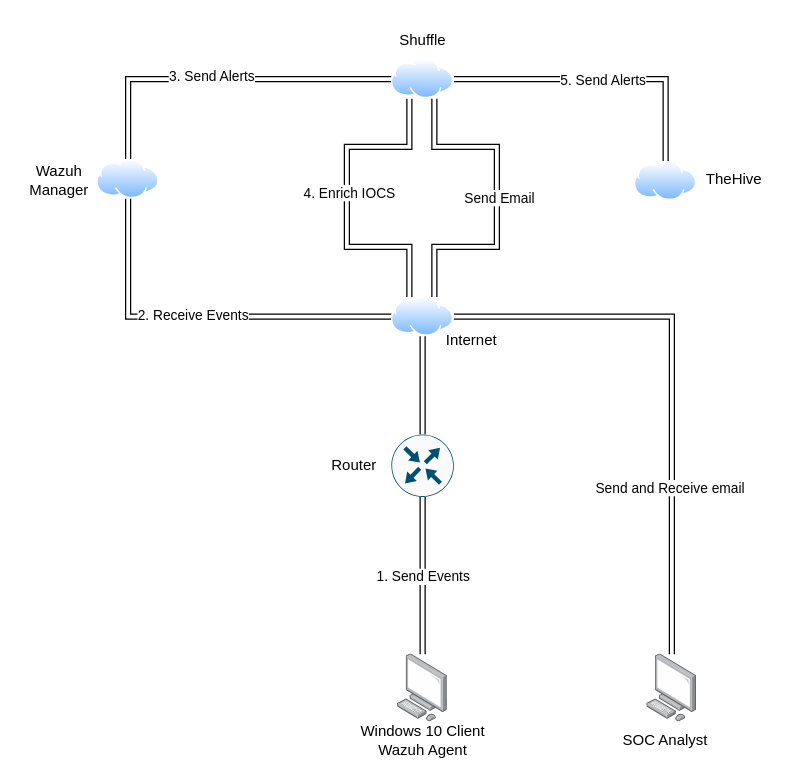
Above: SOC-Automation.drawio in Hash-Horizon/SOC-Automation (draw.io), before the change. Source tidied: cells renumbered, new cells numbered last; positions are measured from the earlier drawing's top-left corner, leaving out a move shared by most shapes. Both pictures are drawn from the tidied source at 125%, with x=0, y=0 at pixel (21, 21).
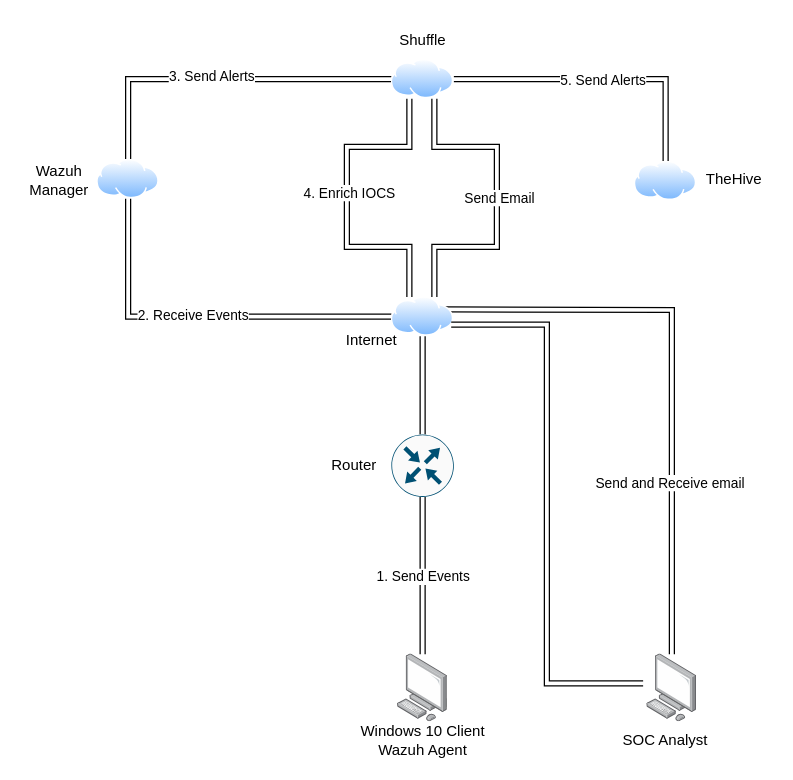
The same page after the edit.

Unchanged cells that the change refers to:
```xml
<mxCell id="9" style="image;perimeter=ellipsePerimeter;html=1;align=center;shadow=0;dashed=0;spacingTop=3;image=img/lib/active_directory/internet_cloud.svg;" parent="1" vertex="1">
  <mxGeometry x="295.6" y="220" width="50" height="31.5" as="geometry" />
</mxCell>
<mxCell id="25" style="image;points=[];html=1;align=center;shadow=0;dashed=0;image=img/lib/allied_telesis/computer_and_terminals/Personal_Computer.svg;" parent="1" vertex="1">
  <mxGeometry x="500" y="505.8" width="40" height="54.2" as="geometry" />
</mxCell>
```

Change to the diagram source:
```diff
@@
-    <mxCell id="7" style="edgeStyle=orthogonalEdgeStyle;rounded=0;jettySize=auto;html=1;shape=link;" parent="1" edge="1" source="9" target="25">
-      <mxGeometry relative="1" as="geometry" />
+    <mxCell id="7" style="edgeStyle=orthogonalEdgeStyle;rounded=0;jettySize=auto;html=1;shape=link;" parent="1" edge="1" target="25">
+      <mxGeometry relative="1" as="geometry">
+        <mxPoint x="338" y="230" as="sourcePoint" />
+      </mxGeometry>
     </mxCell>
@@
-    <mxCell id="17" style="rounded=0;orthogonalLoop=1;jettySize=auto;html=1;exitX=0.5;exitY=1;exitDx=0;exitDy=0;entryX=0.5;entryY=0;entryDx=0;entryDy=0;shape=link;" parent="1" edge="1">
+    <mxCell id="17" style="rounded=0;orthogonalLoop=1;jettySize=auto;html=1;exitX=0.5;exitY=1;exitDx=0;exitDy=0;shape=link;" parent="1" edge="1">
       <mxGeometry relative="1" as="geometry">
         <mxPoint x="330" y="61.5" as="sourcePoint" />
         <mxPoint x="330" y="220" as="targetPoint" />
         <Array as="points">
           <mxPoint x="330" y="100" />
           <mxPoint x="380" y="100" />
           <mxPoint x="380" y="180" />
           <mxPoint x="330" y="180" />
         </Array>
       </mxGeometry>
     </mxCell>
@@
     <mxCell id="26" value="Internet" style="text;strokeColor=none;align=center;fillColor=none;html=1;verticalAlign=middle;whiteSpace=wrap;rounded=0;" parent="1" vertex="1">
-      <mxGeometry x="330" y="240" width="60" height="30" as="geometry" />
+      <mxGeometry x="250" y="240" width="60" height="30" as="geometry" />
     </mxCell>
@@
+    <mxCell id="31" style="edgeStyle=elbowEdgeStyle;rounded=0;jettySize=auto;html=1;entryX=-0.075;entryY=0.433;entryDx=0;entryDy=0;entryPerimeter=0;shape=link;exitX=1;exitY=0.75;exitDx=0;exitDy=0;" parent="1" edge="1" source="9" target="25">
+      <mxGeometry relative="1" as="geometry" />
+    </mxCell>
```
